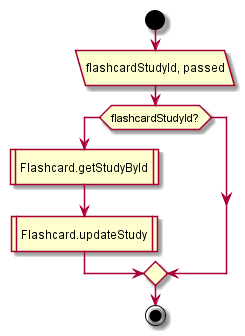
The PlantUML diagram test2/diagrams/StudyFlashcards.POST.update.png in MaxXx1313/testwiki, before a commit. Its diagram source:
```plantuml
@startuml
start
:flashcardStudyId, passed/
if(flashcardStudyId?) then
:Flashcard.getStudyById|
:Flashcard.updateStudy|
endif;
end;
@enduml
```
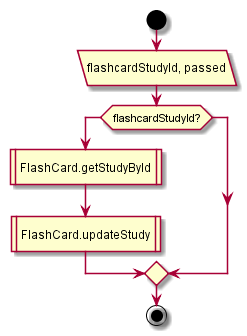
Later version of the same file.

Change to the diagram source:
```diff
@@ -2,8 +2,8 @@
 start
 :flashcardStudyId, passed/
 if(flashcardStudyId?) then
-:Flashcard.getStudyById|
-:Flashcard.updateStudy|
+:FlashCard.getStudyById|
+:FlashCard.updateStudy|
 endif;
 end;
 @enduml
```
